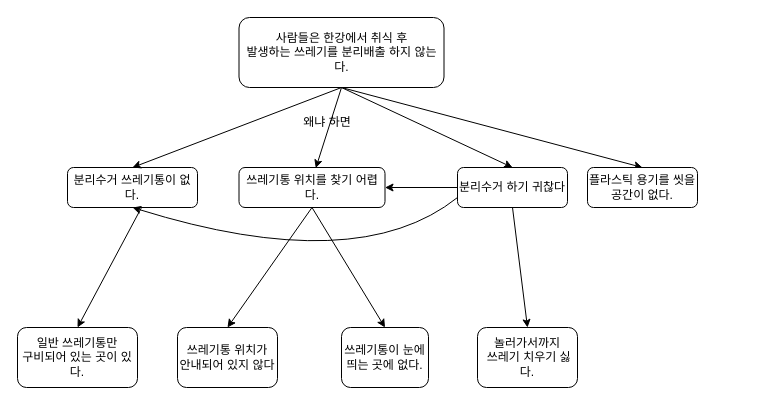
Before: Untitled Diagram.drawio in shoeone96/QualitativeResearch, a draw.io diagram. Source tidied: cells renumbered, new cells numbered last; positions are measured from the earlier drawing's top-left corner, leaving out a move shared by most shapes. Both pictures are drawn from the tidied source at 100%, with x=0, y=0 at pixel (17, 17).
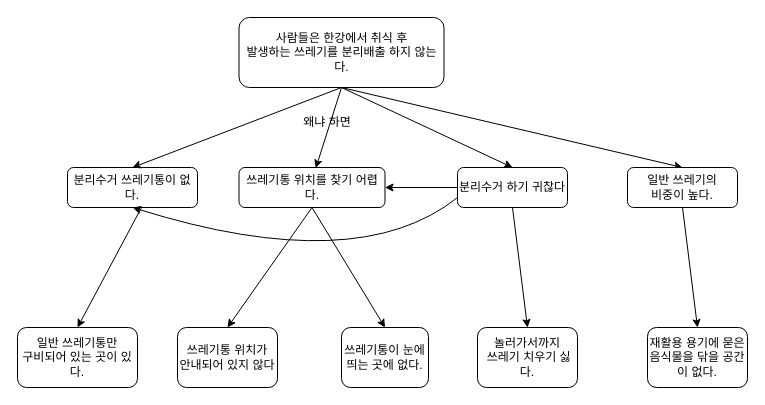
Above is the later version.

The edit, as a diff of the source:
```diff
@@
-    <mxCell id="21" value="플라스틱 용기를 씻을 공간이 없다." style="rounded=1;whiteSpace=wrap;html=1;fontSize=12;glass=0;strokeWidth=1;shadow=0;" parent="1" vertex="1">
-      <mxGeometry x="570" y="150" width="110" height="40" as="geometry" />
+    <mxCell id="21" value="일반 쓰레기의 &lt;br&gt;비중이 높다." style="rounded=1;whiteSpace=wrap;html=1;fontSize=12;glass=0;strokeWidth=1;shadow=0;" parent="1" vertex="1">
+      <mxGeometry x="610" y="150" width="110" height="40" as="geometry" />
     </mxCell>
+    <mxCell id="22" style="endArrow=classic;html=1;rounded=0;entryX=0.5;entryY=0;entryDx=0;entryDy=0;exitX=0.5;exitY=1;exitDx=0;exitDy=0;" parent="1" edge="1" target="23">
+      <mxGeometry relative="1" as="geometry">
+        <mxPoint x="665" y="190" as="sourcePoint" />
+      </mxGeometry>
+    </mxCell>
+    <mxCell id="23" value="재활용 용기에 묻은 음식물을 닦을 공간이 없다." style="rounded=1;whiteSpace=wrap;html=1;" parent="1" vertex="1">
+      <mxGeometry x="630" y="310" width="100" height="60" as="geometry" />
+    </mxCell>
```
